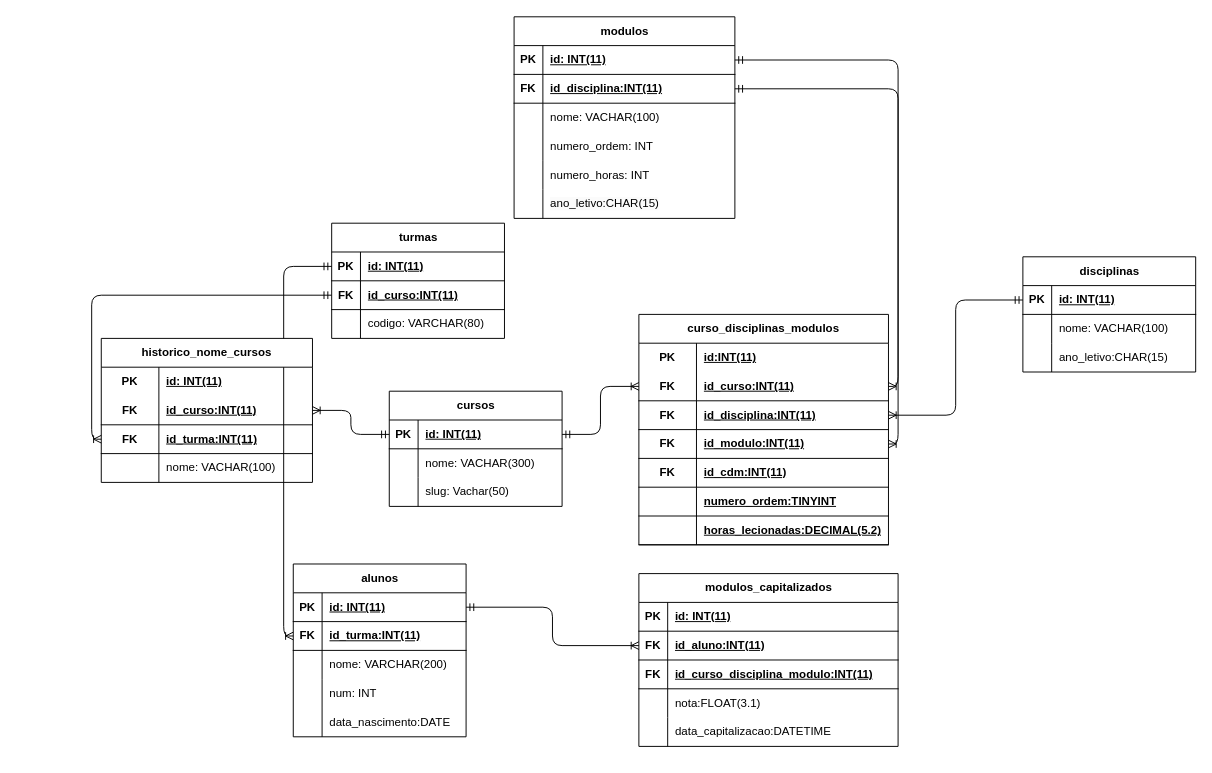
This is Gestor-de-Modulos/gdm_modelo_er.drawio from Henrique-Morais1/Mod15-trabalho_final, a draw.io file, before an edit. Source tidied: cells renumbered, new cells numbered last; positions are measured from the earlier drawing's top-left corner, leaving out a move shared by most shapes. Both pictures are drawn from the tidied source at 96%, with x=0, y=0 at pixel (101, 16).
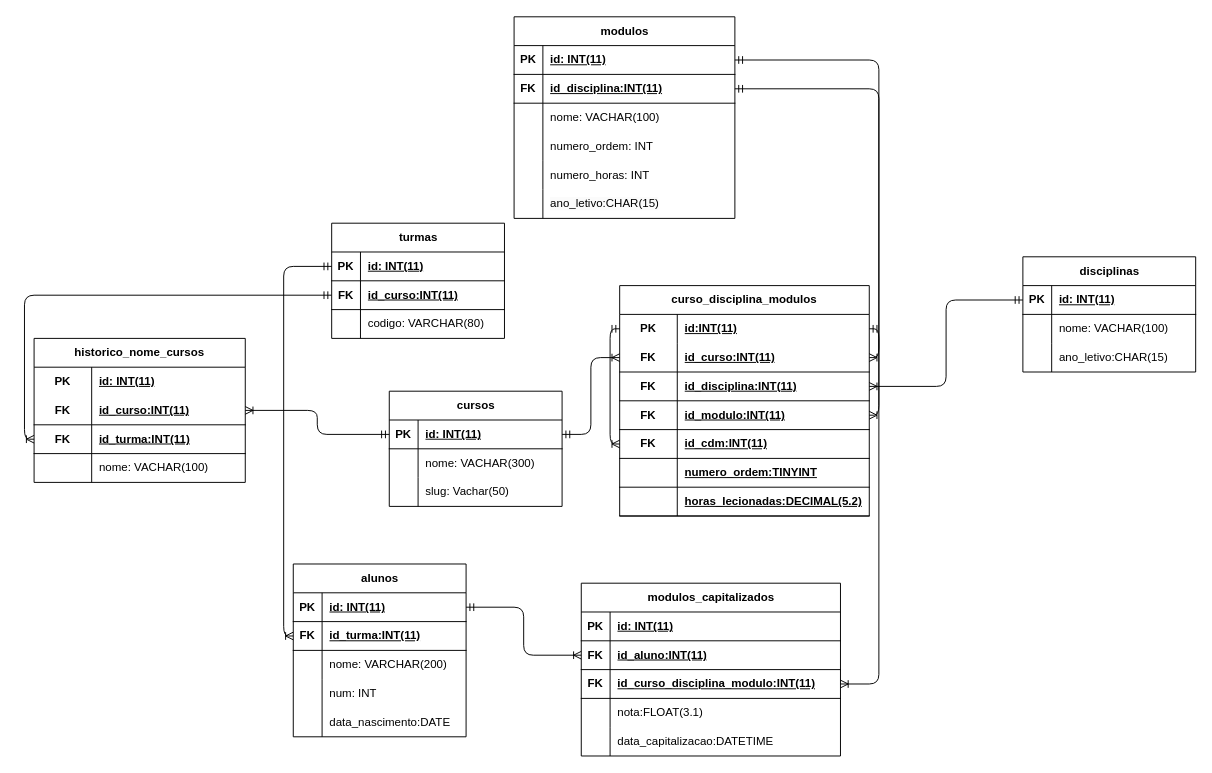
The same page after the edit.

Commit message (it also covers changes not shown here):
Alterações no modelo ER e modificação nas tabelas: turmas e displinas.

The change refers to these unchanged cells:
```xml
<mxCell id="74" style="shape=tableRow;horizontal=0;startSize=0;swimlaneHead=0;swimlaneBody=0;fillColor=none;points=[[0,0.5],[1,0.5]];portConstraint=eastwest;top=0;left=0;right=0;bottom=1;" parent="67" vertex="1">
  <mxGeometry y="90" width="270" height="30" as="geometry" />
</mxCell>
<mxCell id="87" style="shape=tableRow;horizontal=0;startSize=0;swimlaneHead=0;swimlaneBody=0;fillColor=none;points=[[0,0.5],[1,0.5]];portConstraint=eastwest;top=0;left=0;right=0;bottom=0;html=1;" parent="86" vertex="1">
  <mxGeometry y="30" width="260" height="30" as="geometry" />
</mxCell>
<mxCell id="99" style="shape=tableRow;horizontal=0;startSize=0;swimlaneHead=0;swimlaneBody=0;fillColor=none;points=[[0,0.5],[1,0.5]];portConstraint=eastwest;top=0;left=0;right=0;bottom=1;html=1;" parent="86" vertex="1">
  <mxGeometry y="150" width="260" height="30" as="geometry" />
</mxCell>
```

Diff of the diagram source:
```diff
@@
     <mxCell id="67" value="modulos_capitalizados" style="shape=table;startSize=30;childLayout=tableLayout;rowLines=0;fontStyle=1;align=center;html=1;" parent="1" vertex="1">
-      <mxGeometry x="560" y="580" width="270" height="180" as="geometry" />
+      <mxGeometry x="500" y="590" width="270" height="180" as="geometry" />
     </mxCell>
@@
-    <mxCell id="86" value="curso_disciplinas_modulos" style="shape=table;startSize=30;childLayout=tableLayout;rowLines=0;fontStyle=1;align=center;html=1;whiteSpace=wrap;" parent="1" vertex="1">
-      <mxGeometry x="560" y="310" width="260" height="240" as="geometry" />
+    <mxCell id="86" value="curso_disciplina_modulos" style="shape=table;startSize=30;childLayout=tableLayout;rowLines=0;fontStyle=1;align=center;html=1;whiteSpace=wrap;" parent="1" vertex="1">
+      <mxGeometry x="540" y="280" width="260" height="240" as="geometry" />
     </mxCell>
@@
+    <mxCell id="126" style="edgeStyle=orthogonalEdgeStyle;fontSize=12;html=1;endArrow=ERoneToMany;startArrow=ERmandOne;exitX=0;exitY=0.5;exitDx=0;exitDy=0;entryX=0;entryY=0.5;entryDx=0;entryDy=0;" parent="86" edge="1" source="87" target="99">
+      <mxGeometry relative="1" as="geometry" />
+    </mxCell>
@@
     <mxCell id="112" value="historico_nome_cursos" style="shape=table;startSize=30;childLayout=tableLayout;rowLines=0;fontStyle=1;align=center;html=1;whiteSpace=wrap;" parent="1" vertex="1">
-      <mxGeometry y="335" width="220" height="150" as="geometry" />
+      <mxGeometry x="-70" y="335" width="220" height="150" as="geometry" />
     </mxCell>
@@
+    <mxCell id="127" style="edgeStyle=orthogonalEdgeStyle;fontSize=12;html=1;endArrow=ERoneToMany;startArrow=ERmandOne;exitX=1;exitY=0.5;exitDx=0;exitDy=0;entryX=1;entryY=0.5;entryDx=0;entryDy=0;" parent="1" edge="1" source="87" target="74">
+      <mxGeometry relative="1" as="geometry" />
+    </mxCell>
```
